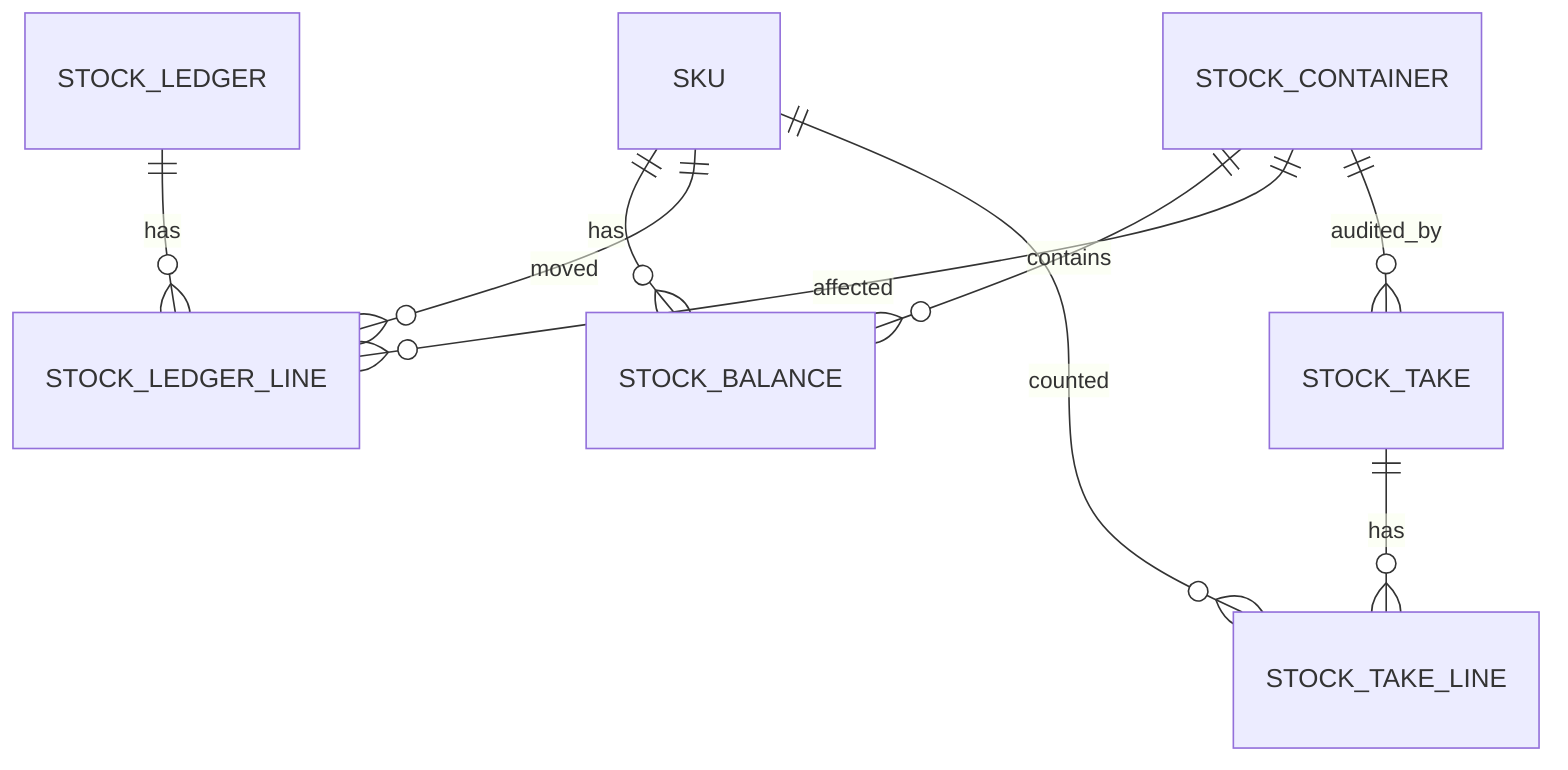
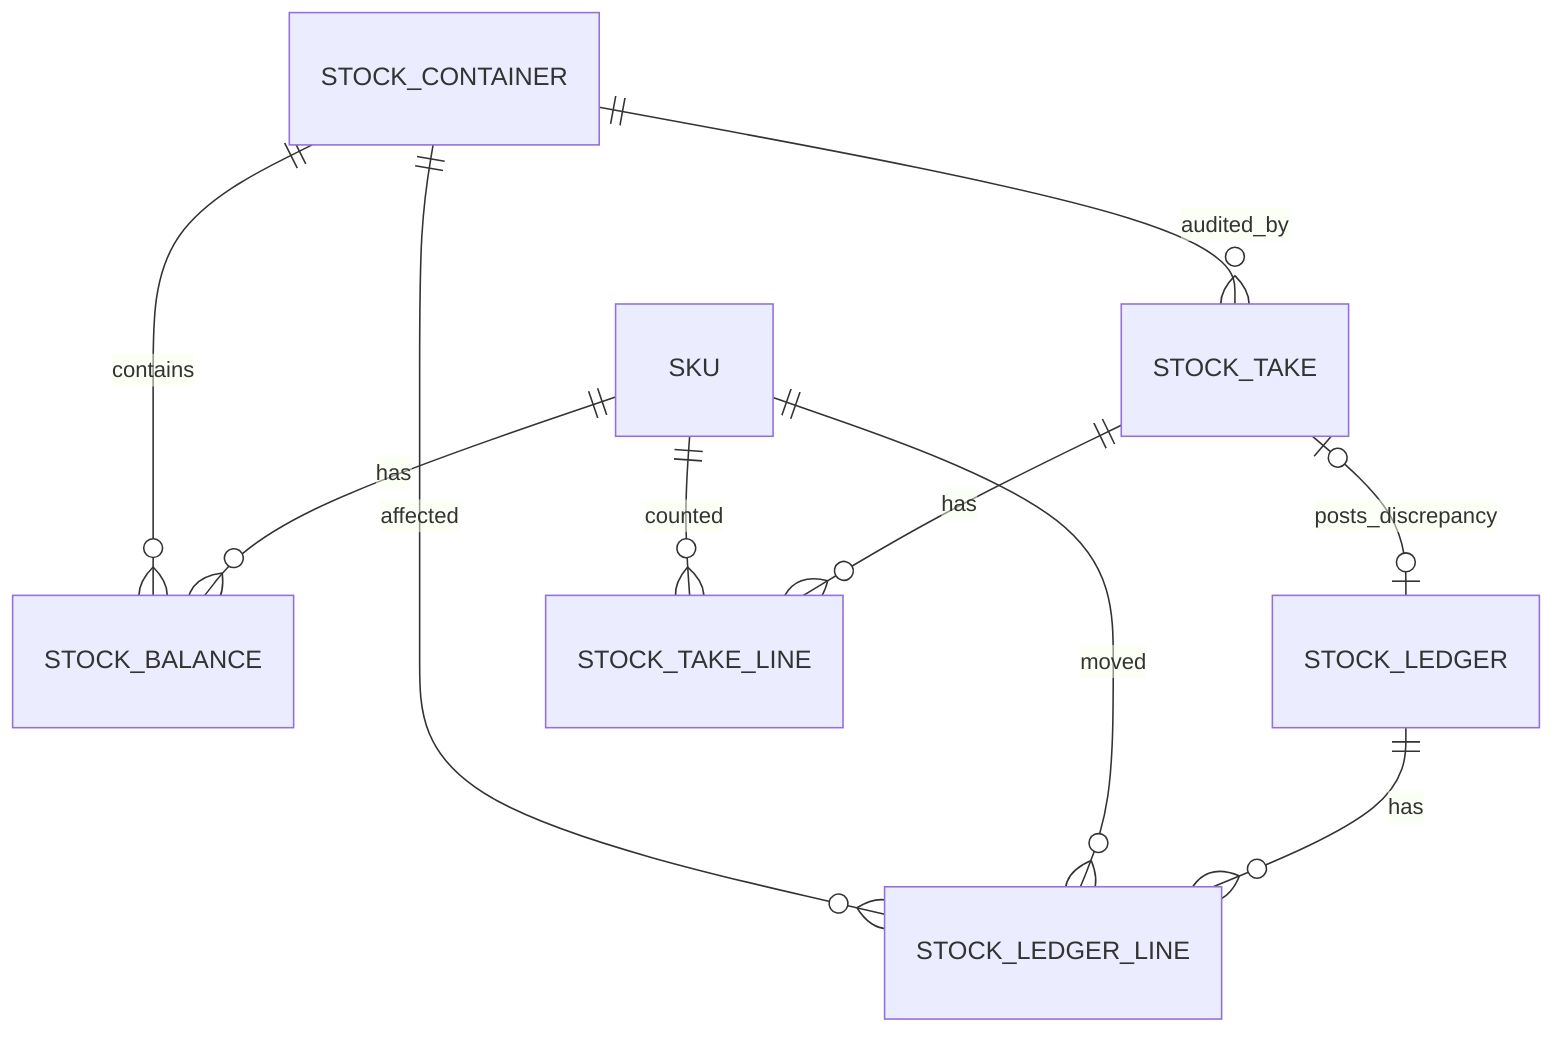
erDiagram
    SKU ||--o{ STOCK_BALANCE : has
    STOCK_CONTAINER ||--o{ STOCK_BALANCE : contains

    STOCK_LEDGER ||--o{ STOCK_LEDGER_LINE : has
    SKU ||--o{ STOCK_LEDGER_LINE : moved
    STOCK_CONTAINER ||--o{ STOCK_LEDGER_LINE : affected

    STOCK_CONTAINER ||--o{ STOCK_TAKE : audited_by
    STOCK_TAKE ||--o{ STOCK_TAKE_LINE : has
    SKU ||--o{ STOCK_TAKE_LINE : counted
+     STOCK_TAKE |o--o| STOCK_LEDGER : posts_discrepancy
